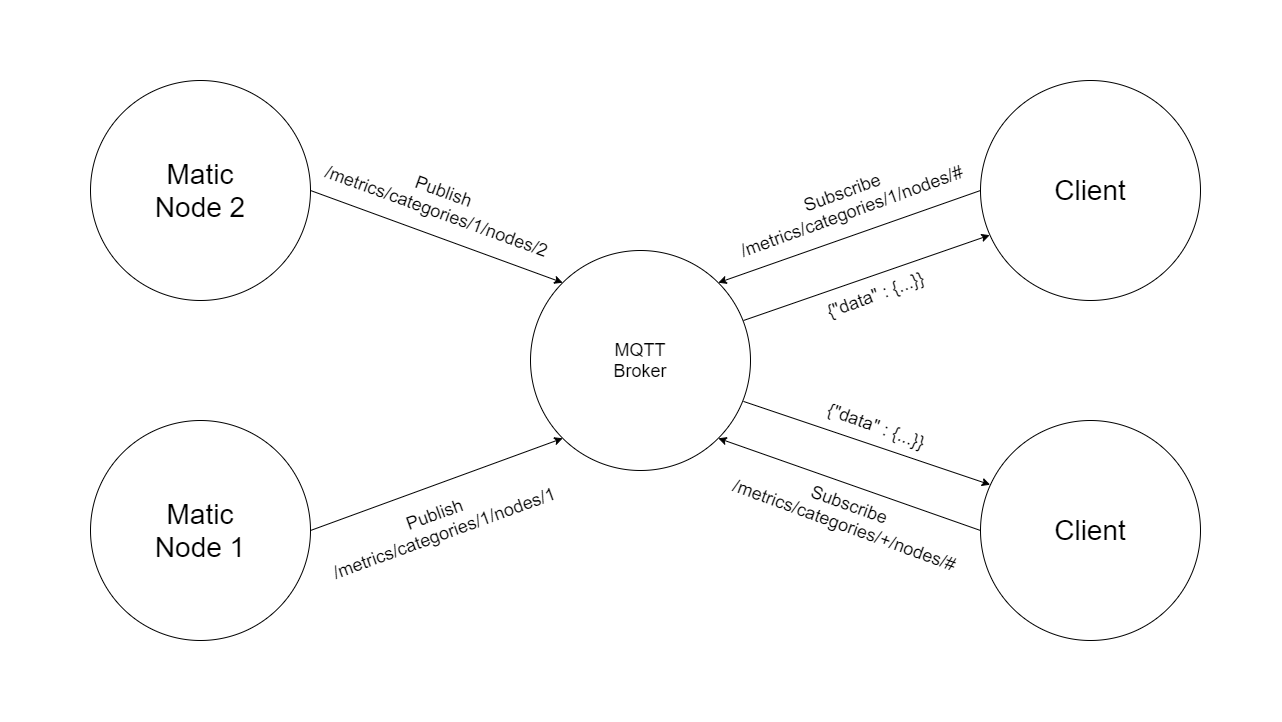
Above: MQTT-Example.png in sean-mcl/matic-telemetry (draw.io), before the change. Source tidied: cells renumbered, new cells last; positions are measured from the earlier drawing's top-left corner, leaving out a move shared by most shapes.
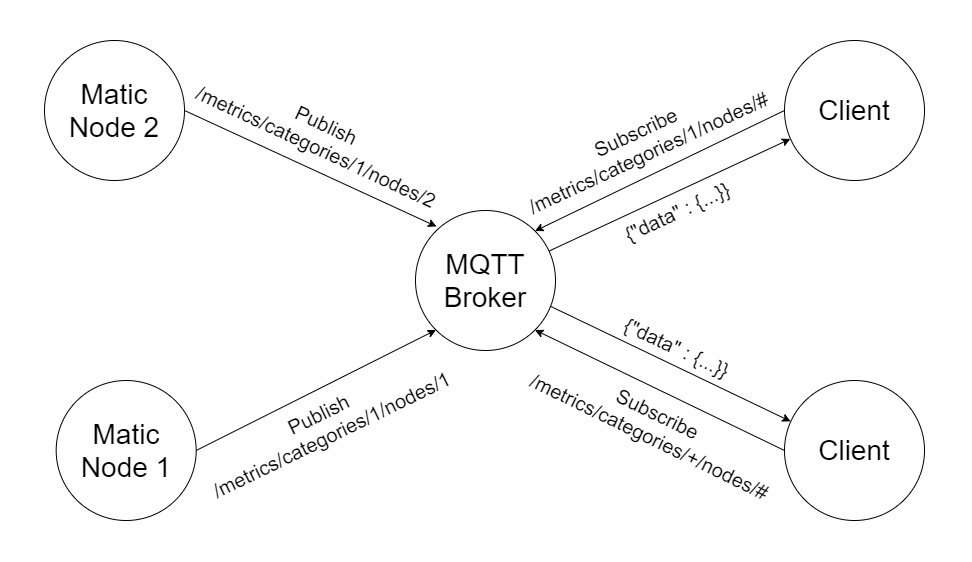
After the commit.

Diff of the diagram source:
```diff
@@ -2,17 +2,17 @@
   <root>
     <mxCell id="0" />
     <mxCell id="1" parent="0" />
-    <mxCell id="2" style="rounded=0;whiteSpace=wrap;html=1;gradientColor=none;strokeColor=none;fontSize=18;" parent="1" vertex="1">
-      <mxGeometry width="1280" height="720" as="geometry" />
+    <mxCell id="2" style="rounded=0;whiteSpace=wrap;html=1;gradientColor=none;strokeColor=none;fontSize=20;" parent="1" vertex="1">
+      <mxGeometry x="116" y="40" width="970" height="560" as="geometry" />
     </mxCell>
     <mxCell id="3" value="Matic&lt;br style=&quot;font-size: 28px;&quot;&gt;Node 1" style="ellipse;whiteSpace=wrap;html=1;fontSize=28;" parent="1" vertex="1">
-      <mxGeometry x="90" y="420" width="220" height="220" as="geometry" />
+      <mxGeometry x="171.7" y="420" width="140" height="140" as="geometry" />
     </mxCell>
     <mxCell id="4" value="Matic&lt;br style=&quot;font-size: 28px;&quot;&gt;Node 2" style="ellipse;whiteSpace=wrap;html=1;fontSize=28;" parent="1" vertex="1">
-      <mxGeometry x="90" y="80" width="220" height="220" as="geometry" />
+      <mxGeometry x="160" y="80" width="140" height="140" as="geometry" />
     </mxCell>
-    <mxCell id="5" value="MQTT&lt;br style=&quot;font-size: 18px;&quot;&gt;Broker" style="ellipse;whiteSpace=wrap;html=1;fontSize=18;" parent="1" vertex="1">
-      <mxGeometry x="530" y="250" width="220" height="220" as="geometry" />
+    <mxCell id="5" value="MQTT&lt;br style=&quot;font-size: 28px;&quot;&gt;Broker" style="ellipse;whiteSpace=wrap;html=1;fontSize=28;" parent="1" vertex="1">
+      <mxGeometry x="531" y="250" width="140" height="140" as="geometry" />
     </mxCell>
     <mxCell id="6" style="endArrow=classic;html=1;fontSize=18;entryX=0.044;entryY=0.292;entryDx=0;entryDy=0;entryPerimeter=0;exitX=0.968;exitY=0.686;exitDx=0;exitDy=0;exitPerimeter=0;" parent="1" edge="1" source="5" target="18">
       <mxGeometry relative="1" as="geometry" />
@@ -20,43 +20,43 @@
     <mxCell id="7" style="endArrow=classic;html=1;exitX=0;exitY=0.5;exitDx=0;exitDy=0;fontSize=18;entryX=1;entryY=1;entryDx=0;entryDy=0;" parent="1" edge="1" source="18" target="5">
       <mxGeometry relative="1" as="geometry" />
     </mxCell>
-    <mxCell id="8" style="endArrow=classic;html=1;entryX=0.042;entryY=0.703;entryDx=0;entryDy=0;entryPerimeter=0;fontSize=18;" parent="1" edge="1" target="19">
-      <mxGeometry relative="1" as="geometry">
-        <mxPoint x="743" y="320" as="sourcePoint" />
-      </mxGeometry>
+    <mxCell id="8" style="endArrow=classic;html=1;entryX=0.042;entryY=0.703;entryDx=0;entryDy=0;entryPerimeter=0;fontSize=18;" parent="1" edge="1" source="5" target="19">
+      <mxGeometry relative="1" as="geometry" />
     </mxCell>
     <mxCell id="9" style="endArrow=classic;html=1;exitX=0;exitY=0.5;exitDx=0;exitDy=0;fontSize=18;entryX=1;entryY=0;entryDx=0;entryDy=0;" parent="1" edge="1" source="19" target="5">
       <mxGeometry relative="1" as="geometry" />
     </mxCell>
-    <mxCell id="10" style="endArrow=classic;html=1;exitX=1;exitY=0.5;exitDx=0;exitDy=0;entryX=0;entryY=0;entryDx=0;entryDy=0;fontSize=18;" parent="1" edge="1" source="4" target="5">
-      <mxGeometry relative="1" as="geometry" />
+    <mxCell id="10" style="endArrow=classic;html=1;exitX=1;exitY=0.5;exitDx=0;exitDy=0;fontSize=18;" parent="1" edge="1" source="4">
+      <mxGeometry relative="1" as="geometry">
+        <mxPoint x="552" y="266" as="targetPoint" />
+      </mxGeometry>
     </mxCell>
     <mxCell id="11" style="endArrow=classic;html=1;exitX=1;exitY=0.5;exitDx=0;exitDy=0;entryX=0;entryY=1;entryDx=0;entryDy=0;fontSize=18;" parent="1" edge="1" source="3" target="5">
       <mxGeometry relative="1" as="geometry" />
     </mxCell>
-    <mxCell id="12" value="Subscribe&amp;nbsp;&lt;br style=&quot;font-size: 18px;&quot;&gt;/metrics/categories/1/nodes/#" style="text;html=1;strokeColor=none;fillColor=none;align=center;verticalAlign=middle;whiteSpace=wrap;rounded=0;rotation=340;fontSize=18;" parent="1" vertex="1">
-      <mxGeometry x="719" y="196.2" width="258.5" height="10" as="geometry" />
+    <mxCell id="12" value="Subscribe&amp;nbsp;&lt;br style=&quot;font-size: 20px;&quot;&gt;/metrics/categories/1/nodes/#" style="text;html=1;strokeColor=none;fillColor=none;align=center;verticalAlign=middle;whiteSpace=wrap;rounded=0;rotation=335;fontSize=20;" parent="1" vertex="1">
+      <mxGeometry x="630" y="176" width="258.5" height="10" as="geometry" />
     </mxCell>
-    <mxCell id="13" value="Subscribe&amp;nbsp;&lt;br style=&quot;font-size: 18px;&quot;&gt;/metrics/categories/+/nodes/#" style="text;html=1;strokeColor=none;fillColor=none;align=center;verticalAlign=middle;whiteSpace=wrap;rounded=0;rotation=20;fontSize=18;" parent="1" vertex="1">
-      <mxGeometry x="719" y="510" width="258.5" height="10" as="geometry" />
+    <mxCell id="13" value="Subscribe&amp;nbsp;&lt;br style=&quot;font-size: 20px;&quot;&gt;/metrics/categories/+/nodes/#" style="text;html=1;strokeColor=none;fillColor=none;align=center;verticalAlign=middle;whiteSpace=wrap;rounded=0;rotation=26;fontSize=20;" parent="1" vertex="1">
+      <mxGeometry x="641.5" y="460" width="258.5" height="10" as="geometry" />
     </mxCell>
-    <mxCell id="14" value="Publish&amp;nbsp;&lt;br style=&quot;font-size: 18px&quot;&gt;/metrics/categories/1/nodes/1" style="text;html=1;strokeColor=none;fillColor=none;align=center;verticalAlign=middle;whiteSpace=wrap;rounded=0;rotation=340;fontSize=18;" parent="1" vertex="1">
-      <mxGeometry x="315.9" y="520" width="248.8" height="6.7" as="geometry" />
+    <mxCell id="14" value="Publish&amp;nbsp;&lt;br style=&quot;font-size: 20px;&quot;&gt;/metrics/categories/1/nodes/1" style="text;html=1;strokeColor=none;fillColor=none;align=center;verticalAlign=middle;whiteSpace=wrap;rounded=0;rotation=334;fontSize=20;" parent="1" vertex="1">
+      <mxGeometry x="322.4" y="460" width="240" height="6.7" as="geometry" />
     </mxCell>
-    <mxCell id="15" value="Publish&lt;br style=&quot;font-size: 18px;&quot;&gt;/metrics/categories/1/nodes/2" style="text;html=1;strokeColor=none;fillColor=none;align=center;verticalAlign=middle;whiteSpace=wrap;rounded=0;rotation=20;fontSize=18;" parent="1" vertex="1">
-      <mxGeometry x="310.3" y="196.2" width="260" height="10" as="geometry" />
+    <mxCell id="15" value="Publish&lt;br style=&quot;font-size: 20px;&quot;&gt;/metrics/categories/1/nodes/2" style="text;html=1;strokeColor=none;fillColor=none;align=center;verticalAlign=middle;whiteSpace=wrap;rounded=0;rotation=25;fontSize=20;" parent="1" vertex="1">
+      <mxGeometry x="311.7" y="170" width="250.8" height="10" as="geometry" />
     </mxCell>
-    <mxCell id="16" value="{&quot;data&quot; : {...}}" style="text;html=1;strokeColor=none;fillColor=none;align=center;verticalAlign=middle;whiteSpace=wrap;rounded=0;rotation=340;fontSize=18;" parent="1" vertex="1">
-      <mxGeometry x="810" y="290" width="131" height="10" as="geometry" />
+    <mxCell id="16" value="{&quot;data&quot; : {...}}" style="text;html=1;strokeColor=none;fillColor=none;align=center;verticalAlign=middle;whiteSpace=wrap;rounded=0;rotation=335;fontSize=20;" parent="1" vertex="1">
+      <mxGeometry x="669.2" y="246.3" width="247.7" height="10" as="geometry" />
     </mxCell>
-    <mxCell id="17" value="{&quot;data&quot; : {...}}" style="text;html=1;strokeColor=none;fillColor=none;align=center;verticalAlign=middle;whiteSpace=wrap;rounded=0;rotation=20;fontSize=18;" parent="1" vertex="1">
-      <mxGeometry x="800.5" y="421" width="150" height="10" as="geometry" />
+    <mxCell id="17" value="{&quot;data&quot; : {...}}" style="text;html=1;strokeColor=none;fillColor=none;align=center;verticalAlign=middle;whiteSpace=wrap;rounded=0;rotation=25;fontSize=20;" parent="1" vertex="1">
+      <mxGeometry x="674.2" y="382" width="237.7" height="10" as="geometry" />
     </mxCell>
     <mxCell id="18" value="Client" style="ellipse;whiteSpace=wrap;html=1;fontSize=28;" parent="1" vertex="1">
-      <mxGeometry x="980" y="420" width="220" height="220" as="geometry" />
+      <mxGeometry x="900" y="420" width="140" height="140" as="geometry" />
     </mxCell>
     <mxCell id="19" value="Client" style="ellipse;whiteSpace=wrap;html=1;fontSize=28;" parent="1" vertex="1">
-      <mxGeometry x="980" y="80" width="220" height="220" as="geometry" />
+      <mxGeometry x="900" y="80" width="140" height="140" as="geometry" />
     </mxCell>
   </root>
 </mxGraphModel>
```
